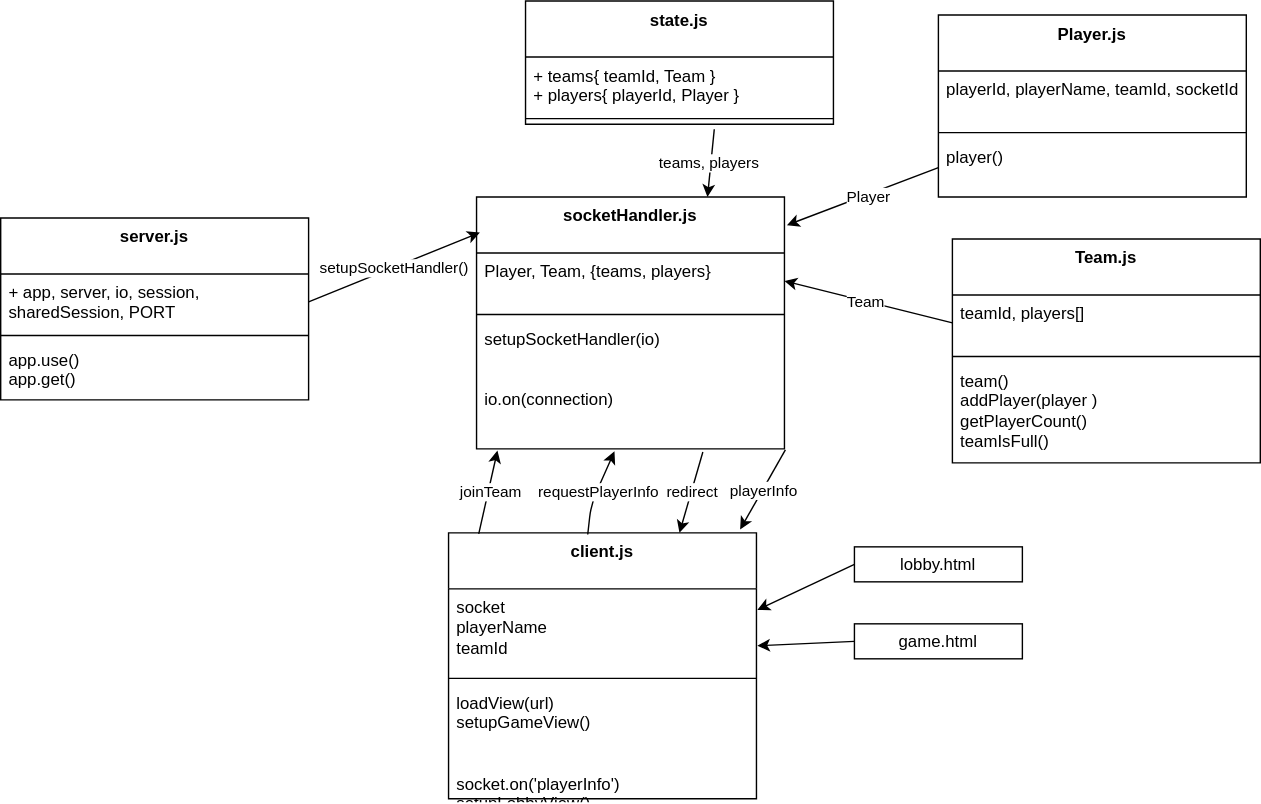
This is documentation/testdiagram.drawio.svg from raskrawen/EscapeRoomVirt, a draw.io export, as it was before one commit. Source tidied: cells renumbered, new cells last; positions are measured from the earlier drawing's top-left corner, leaving out a move shared by most shapes.
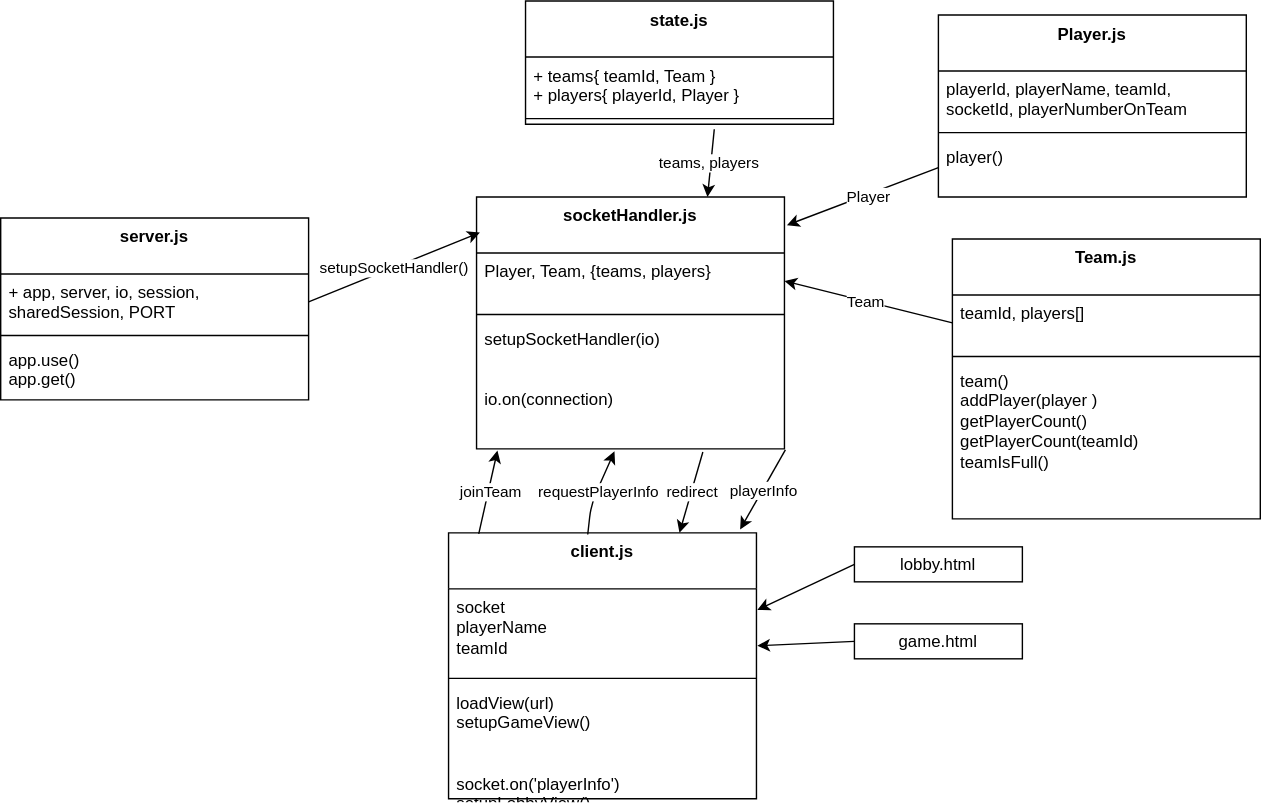
The same file after the commit.

The edit, as a diff of the source:
```diff
@@ -17,7 +17,7 @@
     <mxCell id="6" value="Player.js" style="swimlane;fontStyle=1;align=center;verticalAlign=top;horizontal=1;startSize=40;whiteSpace=wrap;html=1;" parent="1" vertex="1">
       <mxGeometry x="670" y="10" width="220" height="130" as="geometry" />
     </mxCell>
-    <mxCell id="7" value="playerId, playerName, teamId, socketId" style="text;strokeColor=none;fillColor=none;align=left;verticalAlign=top;spacingLeft=4;spacingRight=4;overflow=hidden;whiteSpace=wrap;html=1;" parent="6" vertex="1">
+    <mxCell id="7" value="playerId, playerName, teamId, socketId, playerNumberOnTeam" style="text;strokeColor=none;fillColor=none;align=left;verticalAlign=top;spacingLeft=4;spacingRight=4;overflow=hidden;whiteSpace=wrap;html=1;" parent="6" vertex="1">
       <mxGeometry y="40" width="220" height="40" as="geometry" />
     </mxCell>
     <mxCell id="8" style="line;strokeWidth=1;fillColor=none;align=left;verticalAlign=middle;spacingTop=-1;spacingLeft=3;spacingRight=3;labelPosition=right;strokeColor=inherit;" parent="6" vertex="1">
@@ -27,7 +27,7 @@
       <mxGeometry y="88" width="220" height="42" as="geometry" />
     </mxCell>
     <mxCell id="10" value="Team.js" style="swimlane;fontStyle=1;align=center;verticalAlign=top;horizontal=1;startSize=40;whiteSpace=wrap;html=1;" parent="1" vertex="1">
-      <mxGeometry x="680" y="170" width="220" height="160" as="geometry" />
+      <mxGeometry x="680" y="170" width="220" height="200" as="geometry" />
     </mxCell>
     <mxCell id="11" value="teamId, players[]" style="text;strokeColor=none;fillColor=none;align=left;verticalAlign=top;spacingLeft=4;spacingRight=4;overflow=hidden;points=[[0,0.5],[1,0.5]];portConstraint=eastwest;whiteSpace=wrap;html=1;" parent="10" vertex="1">
       <mxGeometry y="40" width="220" height="40" as="geometry" />
@@ -35,8 +35,8 @@
     <mxCell id="12" style="line;strokeWidth=1;fillColor=none;align=left;verticalAlign=middle;spacingTop=-1;spacingLeft=3;spacingRight=3;labelPosition=right;strokeColor=inherit;" parent="10" vertex="1">
       <mxGeometry y="80" width="220" height="8" as="geometry" />
     </mxCell>
-    <mxCell id="13" value="team()&lt;div&gt;addPlayer(player&lt;span style=&quot;background-color: transparent;&quot;&gt;)&lt;/span&gt;&lt;/div&gt;&lt;div&gt;&lt;span style=&quot;background-color: transparent;&quot;&gt;getPlayerCount()&lt;/span&gt;&lt;/div&gt;&lt;div&gt;&lt;span style=&quot;background-color: transparent;&quot;&gt;teamIsFull()&lt;/span&gt;&lt;/div&gt;" style="text;strokeColor=none;fillColor=none;align=left;verticalAlign=top;spacingLeft=4;spacingRight=4;overflow=hidden;whiteSpace=wrap;html=1;" parent="10" vertex="1">
-      <mxGeometry y="88" width="220" height="72" as="geometry" />
+    <mxCell id="13" value="team()&lt;div&gt;addPlayer(player&lt;span style=&quot;background-color: transparent;&quot;&gt;)&lt;/span&gt;&lt;/div&gt;&lt;div&gt;&lt;span style=&quot;background-color: transparent;&quot;&gt;getPlayerCount()&lt;/span&gt;&lt;/div&gt;&lt;div&gt;&lt;span style=&quot;background-color: transparent;&quot;&gt;getPlayerCount(teamId)&lt;/span&gt;&lt;/div&gt;&lt;div&gt;&lt;span style=&quot;background-color: transparent;&quot;&gt;teamIsFull()&lt;/span&gt;&lt;/div&gt;" style="text;strokeColor=none;fillColor=none;align=left;verticalAlign=top;spacingLeft=4;spacingRight=4;overflow=hidden;whiteSpace=wrap;html=1;" parent="10" vertex="1">
+      <mxGeometry y="88" width="220" height="112" as="geometry" />
     </mxCell>
     <mxCell id="14" style="edgeStyle=none;html=1;exitX=0.613;exitY=1.453;exitDx=0;exitDy=0;entryX=0.75;entryY=0;entryDx=0;entryDy=0;exitPerimeter=0;" parent="1" edge="1" source="18" target="19">
       <mxGeometry relative="1" as="geometry" />
```
